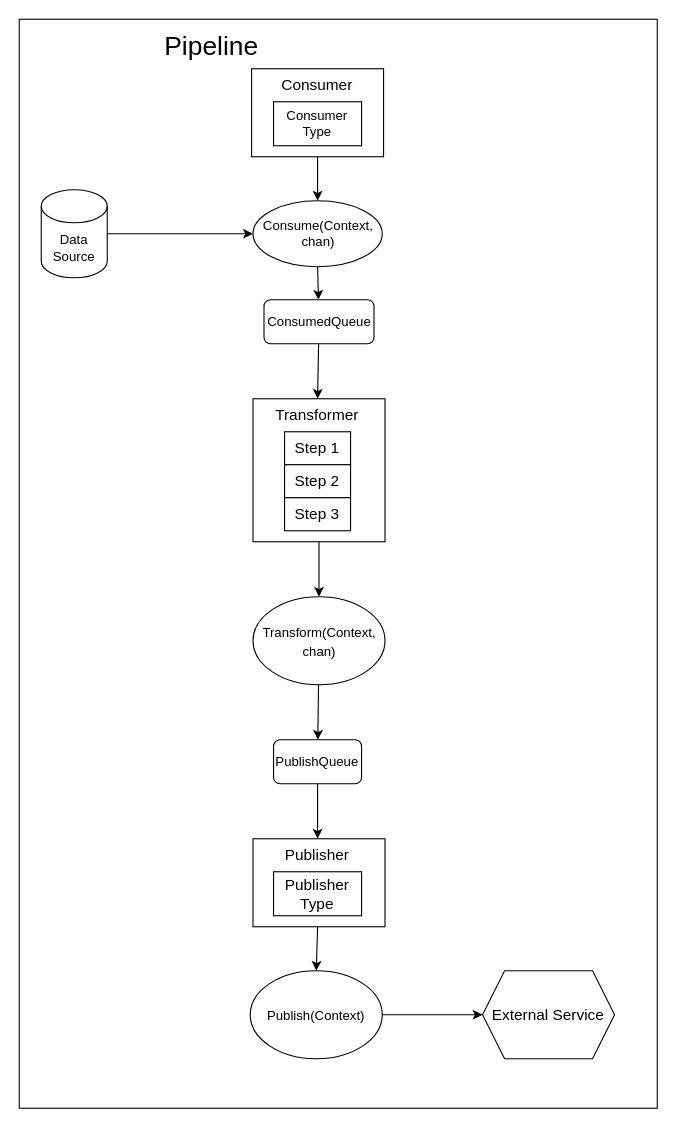
This is page "Pipeline-Architectue" (1 of 2) of docs/architecture.drawio from TheFairywarrior/config_con, a draw.io file, before an edit. Source tidied: cells renumbered, new cells numbered last; positions are measured from the earlier drawing's top-left corner, leaving out a move shared by most shapes. Both pictures are drawn from the tidied source at 110%, with x=0, y=0 at pixel (19, 19).
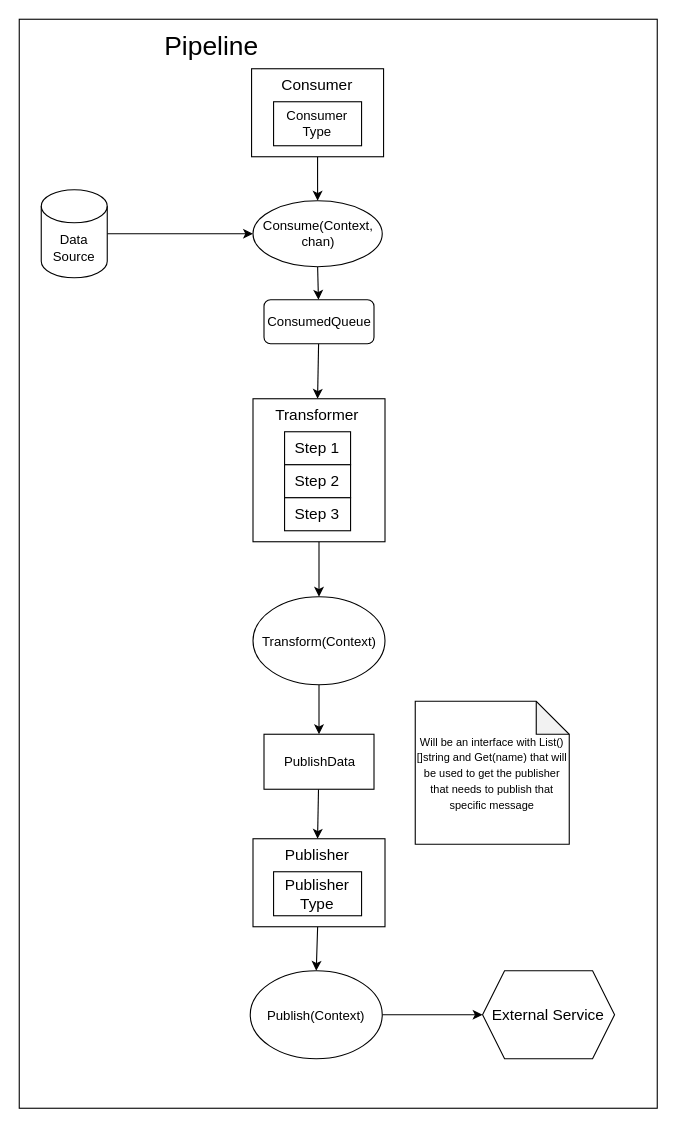
The same diagram, later.

Unchanged cells that the change refers to:
```xml
<mxCell id="24" value="&lt;font style=&quot;font-size: 14px&quot;&gt;Publisher&lt;/font&gt;" style="text;html=1;strokeColor=none;fillColor=none;align=center;verticalAlign=middle;whiteSpace=wrap;rounded=0;fontSize=12;" parent="1" vertex="1">
  <mxGeometry x="241.2" y="745" width="60" height="30" as="geometry" />
</mxCell>
```

What changed in the source:
```diff
@@
-    <mxCell id="18" style="edgeStyle=none;html=1;fontSize=12;" parent="1" edge="1" source="19" target="21">
-      <mxGeometry relative="1" as="geometry" />
-    </mxCell>
+    <mxCell id="31" style="edgeStyle=none;html=1;" parent="1" edge="1" source="19" target="33">
+      <mxGeometry relative="1" as="geometry" />
+    </mxCell>
-    <mxCell id="19" value="&lt;font style=&quot;font-size: 12px&quot;&gt;Transform(Context, chan)&lt;/font&gt;" style="ellipse;whiteSpace=wrap;html=1;fontSize=14;" parent="1" vertex="1">
+    <mxCell id="19" value="&lt;font style=&quot;font-size: 12px&quot;&gt;Transform(Context)&lt;/font&gt;" style="ellipse;whiteSpace=wrap;html=1;fontSize=14;" parent="1" vertex="1">
       <mxGeometry x="212.5" y="525" width="120" height="80" as="geometry" />
     </mxCell>
-    <mxCell id="20" style="edgeStyle=none;html=1;entryX=0.5;entryY=0;entryDx=0;entryDy=0;fontSize=14;" parent="1" edge="1" source="21" target="24">
-      <mxGeometry relative="1" as="geometry" />
-    </mxCell>
-    <mxCell id="21" value="PublishQueue" style="rounded=1;whiteSpace=wrap;html=1;" parent="1" vertex="1">
-      <mxGeometry x="231.2" y="655" width="80" height="40" as="geometry" />
-    </mxCell>
@@
+    <mxCell id="32" style="edgeStyle=none;html=1;entryX=0.5;entryY=0;entryDx=0;entryDy=0;" parent="1" edge="1" source="33" target="24">
+      <mxGeometry relative="1" as="geometry" />
+    </mxCell>
+    <mxCell id="33" value="PublishData" style="html=1;dashed=0;whitespace=wrap;" parent="1" vertex="1">
+      <mxGeometry x="222.5" y="650" width="100" height="50" as="geometry" />
+    </mxCell>
+    <mxCell id="34" value="&lt;font style=&quot;font-size: 10px;&quot;&gt;Will be an interface with List()[]string and Get(name) that will be used to get the publisher that needs to publish that specific message&lt;/font&gt;" style="shape=note;whiteSpace=wrap;html=1;backgroundOutline=1;darkOpacity=0.05;" parent="1" vertex="1">
+      <mxGeometry x="360" y="620" width="140" height="130" as="geometry" />
+    </mxCell>
```
